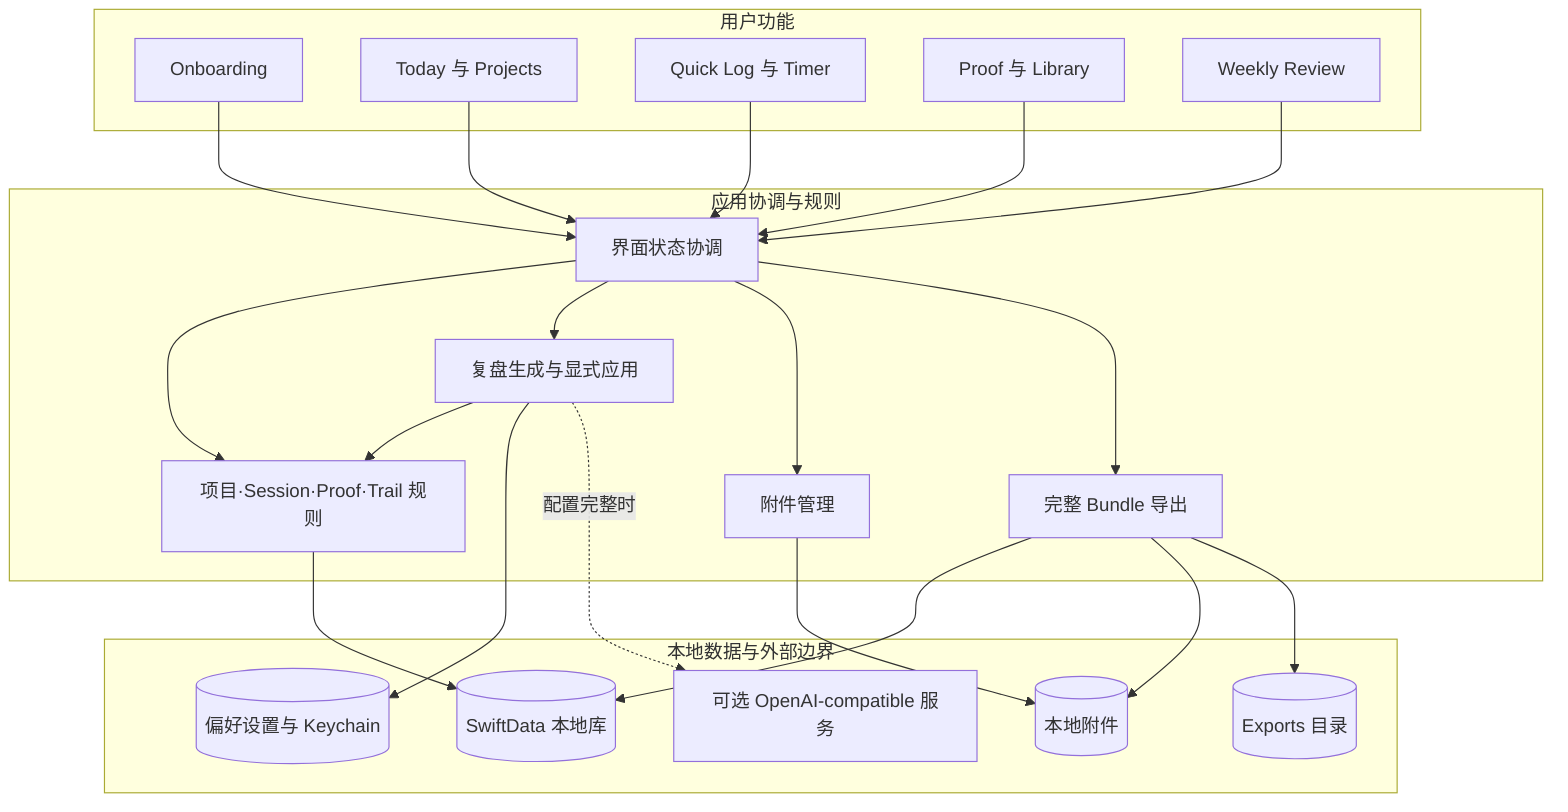
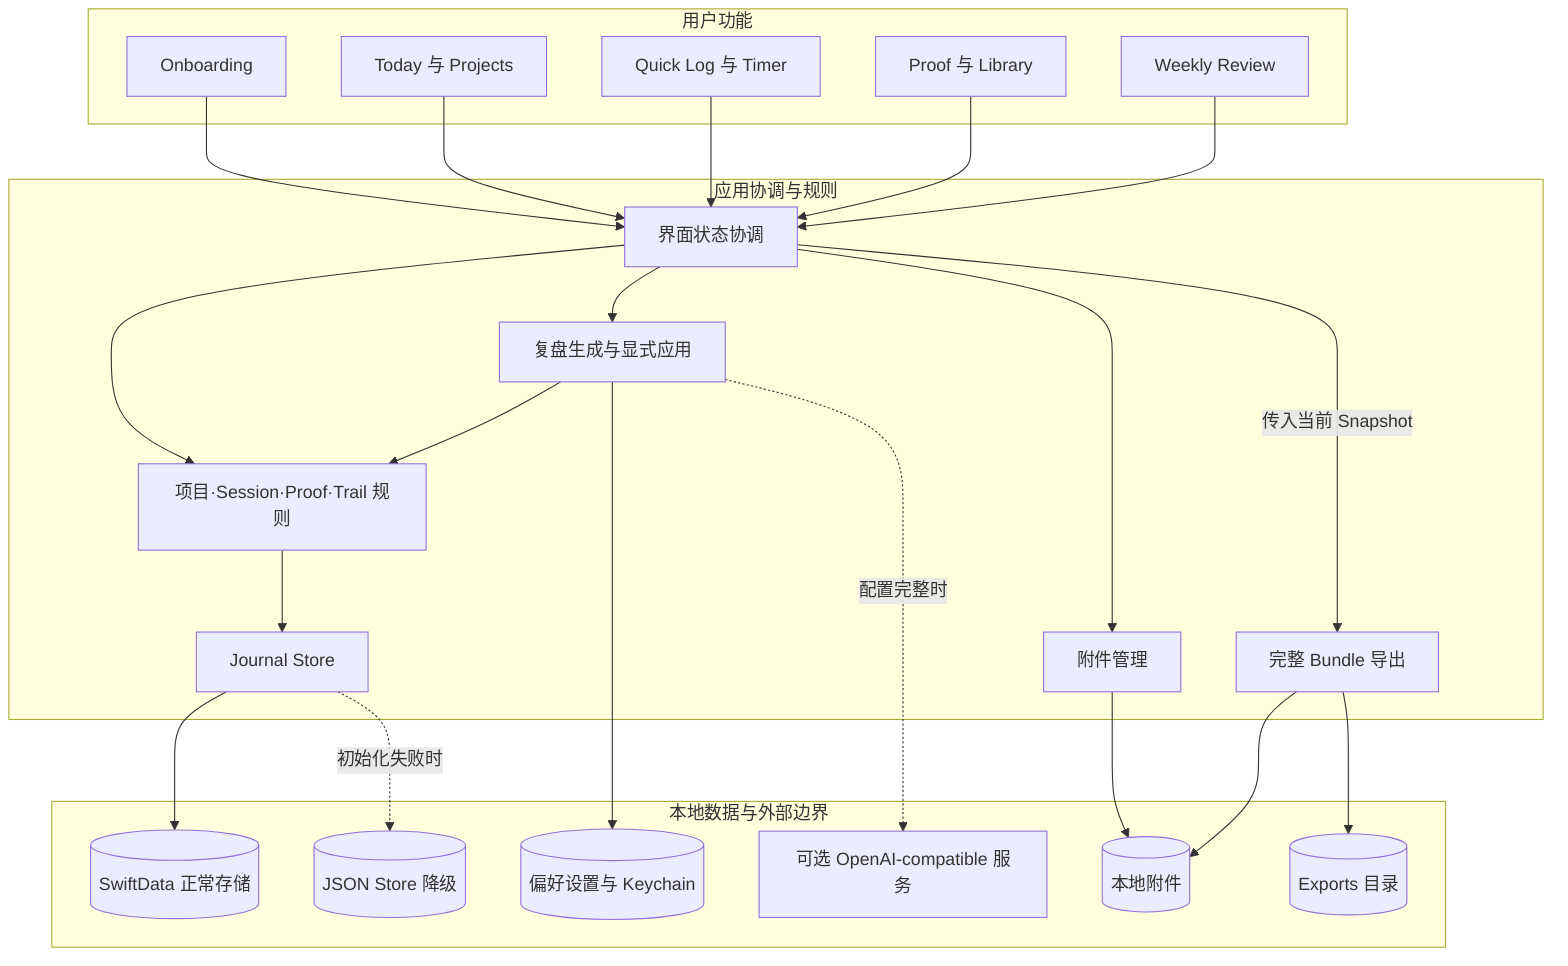
flowchart TD
  subgraph UI[用户功能]
    O[Onboarding]
    T[Today 与 Projects]
    S[Quick Log 与 Timer]
    P[Proof 与 Library]
    R[Weekly Review]
  end

  subgraph CORE[应用协调与规则]
    VM[界面状态协调]
    J[项目·Session·Proof·Trail 规则]
+     STORE[Journal Store]
    RV[复盘生成与显式应用]
    A[附件管理]
    E[完整 Bundle 导出]
  end

  subgraph DATA[本地数据与外部边界]
-     DB[(SwiftData 本地库)]
+     DB[(SwiftData 正常存储)]
+     JSON[(JSON Store 降级)]
    FILES[(本地附件)]
    PREFS[(偏好设置与 Keychain)]
    EXPORTS[(Exports 目录)]
    AI[可选 OpenAI-compatible 服务]
  end

  O --> VM
  T --> VM
  S --> VM
  P --> VM
  R --> VM
  VM --> J
  VM --> RV
  VM --> A
-   VM --> E
-   J --> DB
+   VM -->|传入当前 Snapshot| E
+   J --> STORE
+   STORE --> DB
+   STORE -.初始化失败时.-> JSON
  RV --> J
  RV --> PREFS
  RV -.配置完整时.-> AI
  A --> FILES
-   E --> DB
  E --> FILES
  E --> EXPORTS
